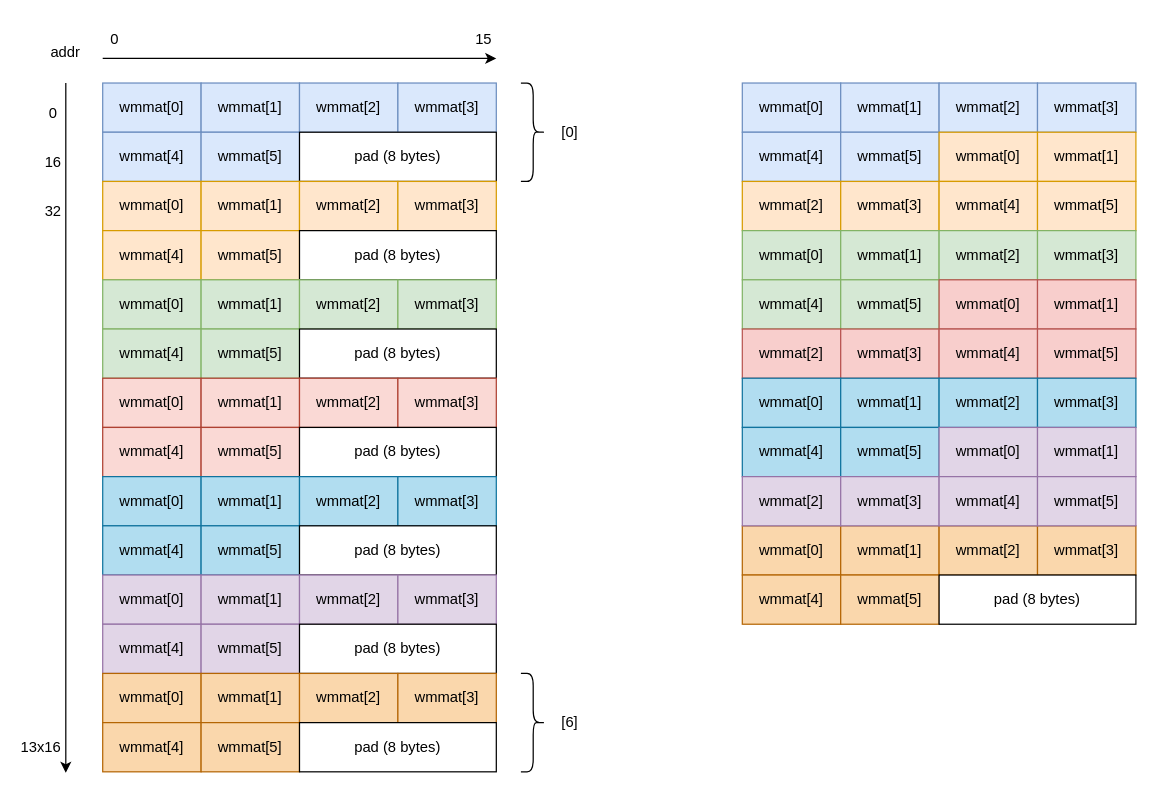
This is page "gm" (6 of 6) of av2_input_buffers.drawio from chenmin82/diagrams, a draw.io file, before an edit. Source tidied: cells renumbered, new cells numbered last; positions are measured from the earlier drawing's top-left corner, leaving out a move shared by most shapes. Both pictures are drawn from the tidied source at 123%, with x=0, y=0 at pixel (28, 21).
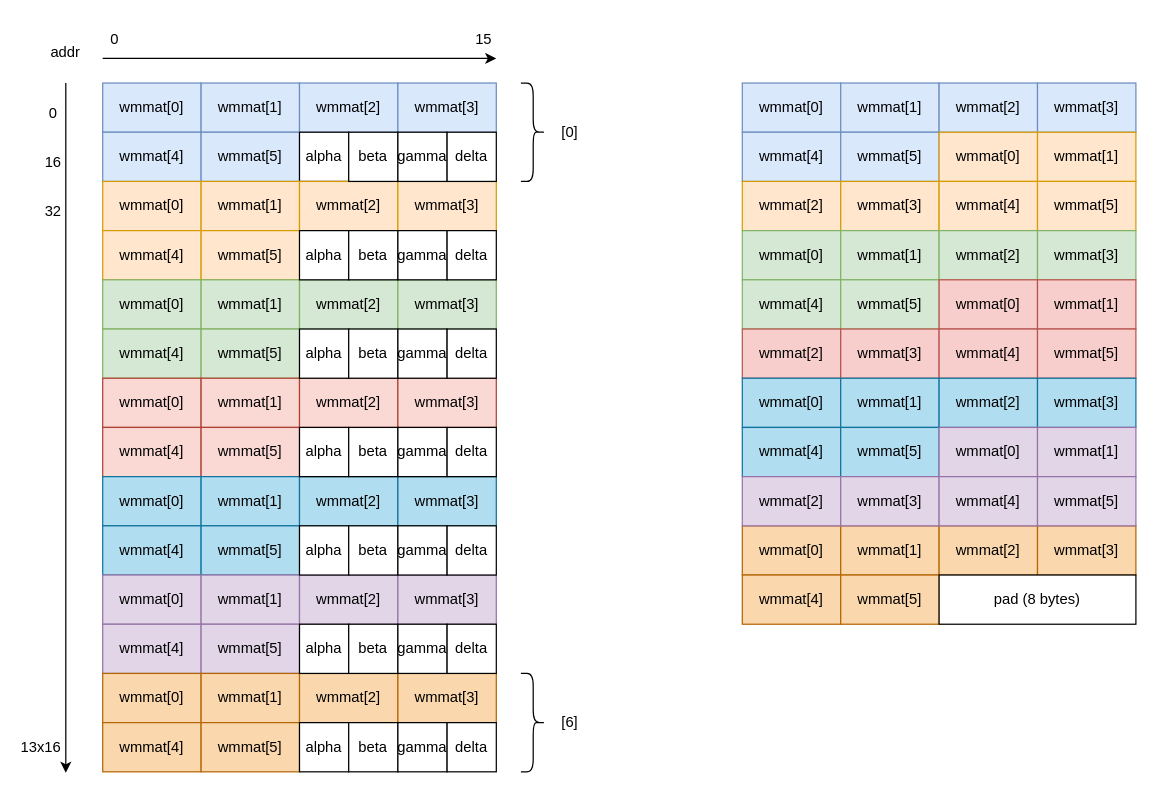
The same diagram, later.

Commit message:
save alpha/beta/gamma/delta in table.

Diff of the diagram source:
```diff
@@
-    <mxCell id="8" value="pad (8 bytes)" style="rounded=0;whiteSpace=wrap;html=1;" parent="1" vertex="1">
-      <mxGeometry x="220" y="90" width="160" height="40" as="geometry" />
+    <mxCell id="8" value="alpha" style="rounded=0;whiteSpace=wrap;html=1;" parent="1" vertex="1">
+      <mxGeometry x="220" y="90" width="40" height="40" as="geometry" />
     </mxCell>
@@
-    <mxCell id="15" value="pad (8 bytes)" style="rounded=0;whiteSpace=wrap;html=1;" parent="1" vertex="1">
-      <mxGeometry x="220" y="170" width="160" height="40" as="geometry" />
-    </mxCell>
@@
-    <mxCell id="24" value="pad (8 bytes)" style="rounded=0;whiteSpace=wrap;html=1;" parent="1" vertex="1">
-      <mxGeometry x="220" y="250" width="160" height="40" as="geometry" />
-    </mxCell>
@@
-    <mxCell id="31" value="pad (8 bytes)" style="rounded=0;whiteSpace=wrap;html=1;" parent="1" vertex="1">
-      <mxGeometry x="220" y="330" width="160" height="40" as="geometry" />
-    </mxCell>
@@
-    <mxCell id="38" value="pad (8 bytes)" style="rounded=0;whiteSpace=wrap;html=1;" parent="1" vertex="1">
-      <mxGeometry x="220" y="410" width="160" height="40" as="geometry" />
-    </mxCell>
@@
-    <mxCell id="45" value="pad (8 bytes)" style="rounded=0;whiteSpace=wrap;html=1;" parent="1" vertex="1">
-      <mxGeometry x="220" y="490" width="160" height="40" as="geometry" />
-    </mxCell>
@@
-    <mxCell id="52" value="pad (8 bytes)" style="rounded=0;whiteSpace=wrap;html=1;" parent="1" vertex="1">
-      <mxGeometry x="220" y="570" width="160" height="40" as="geometry" />
-    </mxCell>
@@
+    <mxCell id="107" value="beta" style="rounded=0;whiteSpace=wrap;html=1;" parent="1" vertex="1">
+      <mxGeometry x="260" y="90" width="40" height="40" as="geometry" />
+    </mxCell>
+    <mxCell id="108" value="gamma" style="rounded=0;whiteSpace=wrap;html=1;" parent="1" vertex="1">
+      <mxGeometry x="300" y="90" width="40" height="40" as="geometry" />
+    </mxCell>
+    <mxCell id="109" value="delta" style="rounded=0;whiteSpace=wrap;html=1;" parent="1" vertex="1">
+      <mxGeometry x="340" y="90" width="40" height="40" as="geometry" />
+    </mxCell>
+    <mxCell id="110" value="alpha" style="rounded=0;whiteSpace=wrap;html=1;" parent="1" vertex="1">
+      <mxGeometry x="220" y="170" width="40" height="40" as="geometry" />
+    </mxCell>
+    <mxCell id="111" value="beta" style="rounded=0;whiteSpace=wrap;html=1;" parent="1" vertex="1">
+      <mxGeometry x="260" y="170" width="40" height="40" as="geometry" />
+    </mxCell>
+    <mxCell id="112" value="gamma" style="rounded=0;whiteSpace=wrap;html=1;" parent="1" vertex="1">
+      <mxGeometry x="300" y="170" width="40" height="40" as="geometry" />
+    </mxCell>
+    <mxCell id="113" value="delta" style="rounded=0;whiteSpace=wrap;html=1;" parent="1" vertex="1">
+      <mxGeometry x="340" y="170" width="40" height="40" as="geometry" />
+    </mxCell>
+    <mxCell id="114" value="alpha" style="rounded=0;whiteSpace=wrap;html=1;" parent="1" vertex="1">
+      <mxGeometry x="220" y="250" width="40" height="40" as="geometry" />
+    </mxCell>
+    <mxCell id="115" value="beta" style="rounded=0;whiteSpace=wrap;html=1;" parent="1" vertex="1">
+      <mxGeometry x="260" y="250" width="40" height="40" as="geometry" />
+    </mxCell>
+    <mxCell id="116" value="gamma" style="rounded=0;whiteSpace=wrap;html=1;" parent="1" vertex="1">
+      <mxGeometry x="300" y="250" width="40" height="40" as="geometry" />
+    </mxCell>
+    <mxCell id="117" value="delta" style="rounded=0;whiteSpace=wrap;html=1;" parent="1" vertex="1">
+      <mxGeometry x="340" y="250" width="40" height="40" as="geometry" />
+    </mxCell>
+    <mxCell id="118" value="alpha" style="rounded=0;whiteSpace=wrap;html=1;" parent="1" vertex="1">
+      <mxGeometry x="220" y="330" width="40" height="40" as="geometry" />
+    </mxCell>
+    <mxCell id="119" value="beta" style="rounded=0;whiteSpace=wrap;html=1;" parent="1" vertex="1">
+      <mxGeometry x="260" y="330" width="40" height="40" as="geometry" />
+    </mxCell>
+    <mxCell id="120" value="gamma" style="rounded=0;whiteSpace=wrap;html=1;" parent="1" vertex="1">
+      <mxGeometry x="300" y="330" width="40" height="40" as="geometry" />
+    </mxCell>
+    <mxCell id="121" value="delta" style="rounded=0;whiteSpace=wrap;html=1;" parent="1" vertex="1">
+      <mxGeometry x="340" y="330" width="40" height="40" as="geometry" />
+    </mxCell>
+    <mxCell id="122" value="alpha" style="rounded=0;whiteSpace=wrap;html=1;" parent="1" vertex="1">
+      <mxGeometry x="220" y="410" width="40" height="40" as="geometry" />
+    </mxCell>
+    <mxCell id="123" value="beta" style="rounded=0;whiteSpace=wrap;html=1;" parent="1" vertex="1">
+      <mxGeometry x="260" y="410" width="40" height="40" as="geometry" />
+    </mxCell>
+    <mxCell id="124" value="gamma" style="rounded=0;whiteSpace=wrap;html=1;" parent="1" vertex="1">
+      <mxGeometry x="300" y="410" width="40" height="40" as="geometry" />
+    </mxCell>
+    <mxCell id="125" value="delta" style="rounded=0;whiteSpace=wrap;html=1;" parent="1" vertex="1">
+      <mxGeometry x="340" y="410" width="40" height="40" as="geometry" />
+    </mxCell>
+    <mxCell id="126" value="alpha" style="rounded=0;whiteSpace=wrap;html=1;" parent="1" vertex="1">
+      <mxGeometry x="220" y="490" width="40" height="40" as="geometry" />
+    </mxCell>
+    <mxCell id="127" value="beta" style="rounded=0;whiteSpace=wrap;html=1;" parent="1" vertex="1">
+      <mxGeometry x="260" y="490" width="40" height="40" as="geometry" />
+    </mxCell>
+    <mxCell id="128" value="gamma" style="rounded=0;whiteSpace=wrap;html=1;" parent="1" vertex="1">
+      <mxGeometry x="300" y="490" width="40" height="40" as="geometry" />
+    </mxCell>
+    <mxCell id="129" value="delta" style="rounded=0;whiteSpace=wrap;html=1;" parent="1" vertex="1">
+      <mxGeometry x="340" y="490" width="40" height="40" as="geometry" />
+    </mxCell>
+    <mxCell id="130" value="alpha" style="rounded=0;whiteSpace=wrap;html=1;" parent="1" vertex="1">
+      <mxGeometry x="220" y="570" width="40" height="40" as="geometry" />
+    </mxCell>
+    <mxCell id="131" value="beta" style="rounded=0;whiteSpace=wrap;html=1;" parent="1" vertex="1">
+      <mxGeometry x="260" y="570" width="40" height="40" as="geometry" />
+    </mxCell>
+    <mxCell id="132" value="gamma" style="rounded=0;whiteSpace=wrap;html=1;" parent="1" vertex="1">
+      <mxGeometry x="300" y="570" width="40" height="40" as="geometry" />
+    </mxCell>
+    <mxCell id="133" value="delta" style="rounded=0;whiteSpace=wrap;html=1;" parent="1" vertex="1">
+      <mxGeometry x="340" y="570" width="40" height="40" as="geometry" />
+    </mxCell>
```
